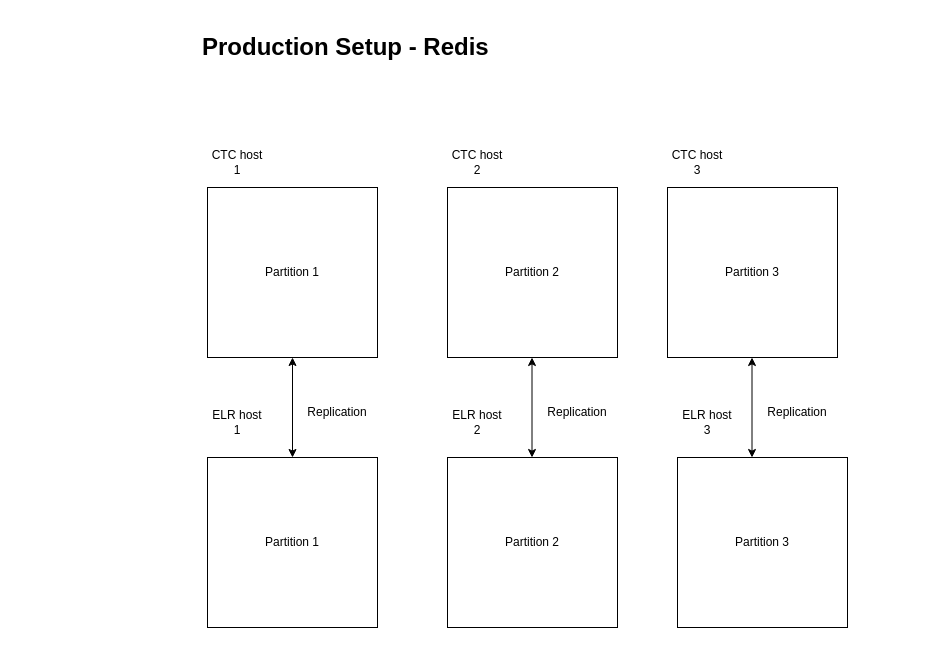
This is Redis Cache Layout Prod.drawio from anshuldevmehta/RandomDiagrams, a draw.io file, before an edit. Source tidied: cells renumbered, new cells numbered last; positions are measured from the earlier drawing's top-left corner, leaving out a move shared by most shapes. Both pictures are drawn from the tidied source at 100%, with x=0, y=0 at pixel (197, 27).
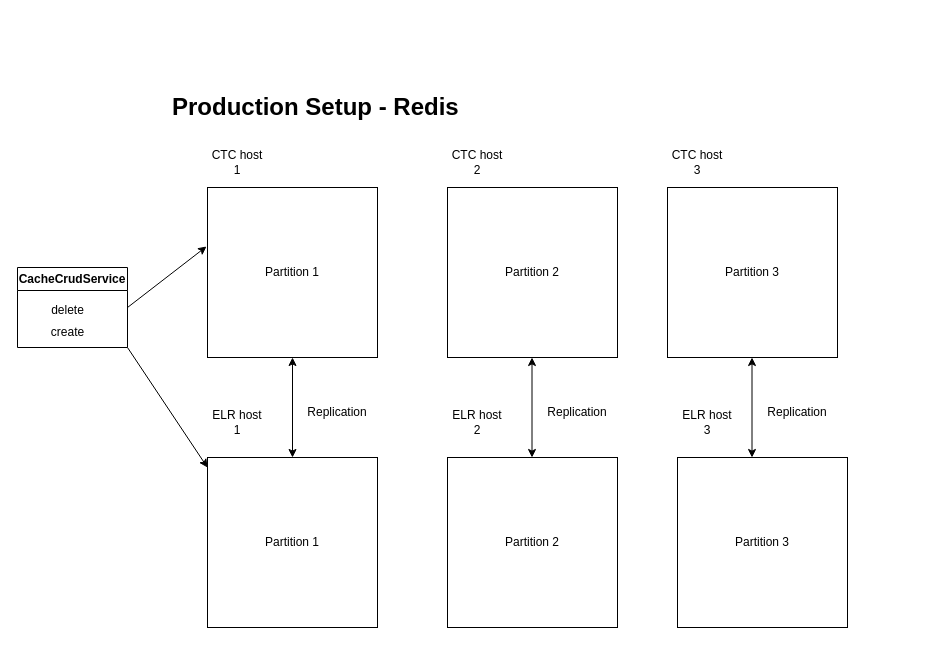
The same diagram, later.

The change refers to these unchanged cells:
```xml
<mxCell id="2" value="Partition 1" style="whiteSpace=wrap;html=1;" parent="1" vertex="1">
  <mxGeometry x="10" y="160" width="170" height="170" as="geometry" />
</mxCell>
<mxCell id="5" value="Partition 1" style="whiteSpace=wrap;html=1;" parent="1" vertex="1">
  <mxGeometry x="10" y="430" width="170" height="170" as="geometry" />
</mxCell>
```

What changed in the source:
```diff
@@
     <mxCell id="20" value="&lt;h1&gt;Production Setup - Redis&lt;br&gt;&lt;/h1&gt;" style="text;html=1;strokeColor=none;fillColor=none;spacing=5;spacingTop=-20;whiteSpace=wrap;overflow=hidden;rounded=0;" parent="1" vertex="1">
-      <mxGeometry width="730" height="40" as="geometry" />
+      <mxGeometry x="-30" y="60" width="730" height="40" as="geometry" />
     </mxCell>
+    <mxCell id="21" value="CacheCrudService" style="swimlane;whiteSpace=wrap;html=1;" parent="1" vertex="1">
+      <mxGeometry x="-180" y="240" width="110" height="80" as="geometry" />
+    </mxCell>
+    <mxCell id="22" value="create" style="text;html=1;align=center;verticalAlign=middle;strokeColor=none;fillColor=none;" parent="21" vertex="1">
+      <mxGeometry x="20" y="50" width="60" height="30" as="geometry" />
+    </mxCell>
+    <mxCell id="23" value="delete" style="text;html=1;align=center;verticalAlign=middle;strokeColor=none;fillColor=none;" parent="1" vertex="1">
+      <mxGeometry x="-160" y="268" width="60" height="30" as="geometry" />
+    </mxCell>
+    <mxCell id="24" style="endArrow=classic;html=1;rounded=0;entryX=-0.006;entryY=0.347;entryDx=0;entryDy=0;entryPerimeter=0;" parent="1" edge="1" target="2">
+      <mxGeometry relative="1" as="geometry">
+        <mxPoint x="-70" y="280" as="sourcePoint" />
+      </mxGeometry>
+    </mxCell>
+    <mxCell id="25" style="endArrow=classic;html=1;rounded=0;entryX=0;entryY=0.059;entryDx=0;entryDy=0;entryPerimeter=0;" parent="1" edge="1" target="5">
+      <mxGeometry relative="1" as="geometry">
+        <mxPoint x="-70" y="320" as="sourcePoint" />
+      </mxGeometry>
+    </mxCell>
```
